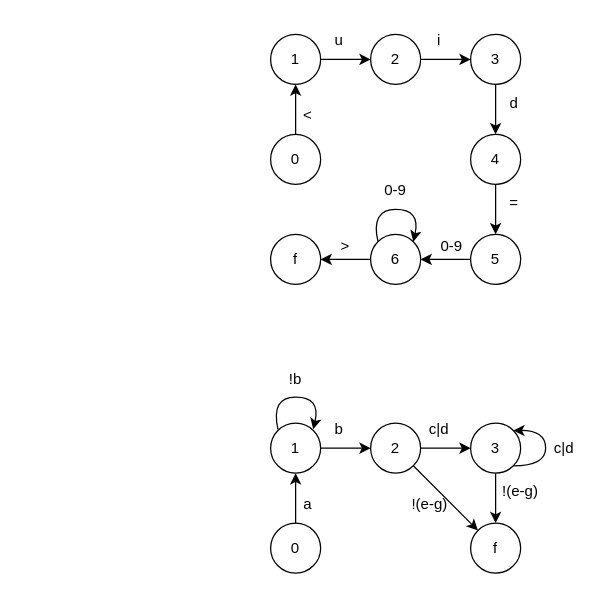
The draw.io diagram drawio/DFA.drawio in Gwins7/SmartNIC, before the edit. Source tidied: cells renumbered, new cells numbered last; positions are measured from the earlier drawing's top-left corner, leaving out a move shared by most shapes. Both pictures are drawn from the tidied source at 125%, with x=0, y=0 at pixel (270, 21).
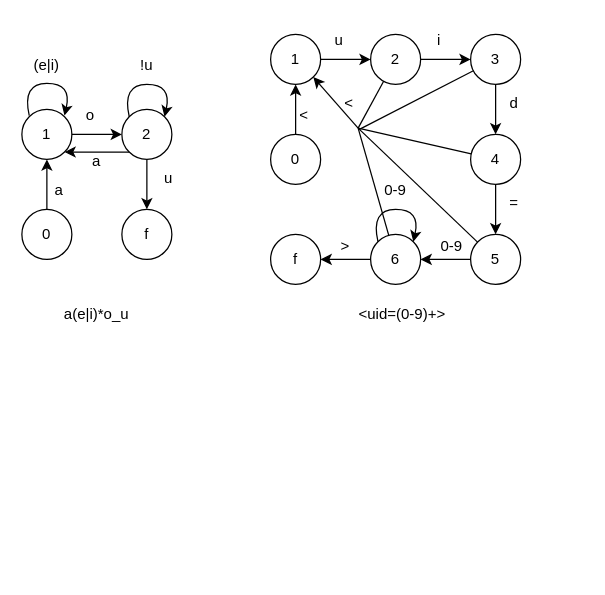
The same page after the edit.

What changed in the source:
```diff
@@
+    <mxCell id="45" style="group;" parent="1" vertex="1">
+      <mxGeometry x="-199" y="20" width="135" height="170" as="geometry" />
+    </mxCell>
+    <mxCell id="26" value="1" style="ellipse;whiteSpace=wrap;html=1;" parent="45" vertex="1">
+      <mxGeometry y="50" width="40" height="40" as="geometry" />
+    </mxCell>
+    <mxCell id="27" style="endArrow=classic;html=1;rounded=0;exitX=1;exitY=0.5;exitDx=0;exitDy=0;" parent="45" edge="1" source="26">
+      <mxGeometry relative="1" as="geometry">
+        <mxPoint x="80" y="70" as="targetPoint" />
+      </mxGeometry>
+    </mxCell>
+    <mxCell id="28" value="2" style="ellipse;whiteSpace=wrap;html=1;" parent="45" vertex="1">
+      <mxGeometry x="80" y="50" width="40" height="40" as="geometry" />
+    </mxCell>
+    <mxCell id="32" value="f" style="ellipse;whiteSpace=wrap;html=1;" parent="45" vertex="1">
+      <mxGeometry x="80" y="130" width="40" height="40" as="geometry" />
+    </mxCell>
+    <mxCell id="33" value="o" style="text;html=1;strokeColor=none;fillColor=none;align=center;verticalAlign=middle;whiteSpace=wrap;rounded=0;" parent="45" vertex="1">
+      <mxGeometry x="40" y="40" width="30" height="30" as="geometry" />
+    </mxCell>
+    <mxCell id="36" value="0" style="ellipse;whiteSpace=wrap;html=1;" parent="45" vertex="1">
+      <mxGeometry y="130" width="40" height="40" as="geometry" />
+    </mxCell>
+    <mxCell id="37" style="endArrow=classic;html=1;rounded=0;entryX=0.5;entryY=1;entryDx=0;entryDy=0;exitX=0.5;exitY=0;exitDx=0;exitDy=0;" parent="45" edge="1" source="36" target="26">
+      <mxGeometry relative="1" as="geometry" />
+    </mxCell>
+    <mxCell id="38" value="a" style="text;html=1;strokeColor=none;fillColor=none;align=center;verticalAlign=middle;whiteSpace=wrap;rounded=0;" parent="45" vertex="1">
+      <mxGeometry y="100" width="60" height="30" as="geometry" />
+    </mxCell>
+    <mxCell id="41" value="(e|i)" style="text;html=1;strokeColor=none;fillColor=none;align=center;verticalAlign=middle;whiteSpace=wrap;rounded=0;" parent="45" vertex="1">
+      <mxGeometry x="5" width="30" height="30" as="geometry" />
+    </mxCell>
+    <mxCell id="42" style="endArrow=classic;html=1;rounded=0;exitX=0.5;exitY=1;exitDx=0;exitDy=0;" parent="45" edge="1" source="28" target="32">
+      <mxGeometry relative="1" as="geometry" />
+    </mxCell>
+    <mxCell id="43" value="u" style="text;html=1;strokeColor=none;fillColor=none;align=center;verticalAlign=middle;whiteSpace=wrap;rounded=0;" parent="45" vertex="1">
+      <mxGeometry x="100" y="90" width="35" height="30" as="geometry" />
+    </mxCell>
+    <mxCell id="44" style="curved=1;endArrow=classic;html=1;rounded=0;exitX=0;exitY=0;exitDx=0;exitDy=0;entryX=1;entryY=0;entryDx=0;entryDy=0;" parent="45" edge="1">
+      <mxGeometry relative="1" as="geometry">
+        <mxPoint x="5.9" y="55" as="sourcePoint" />
+        <mxPoint x="34.1" y="55" as="targetPoint" />
+        <Array as="points">
+          <mxPoint y="29.1" />
+          <mxPoint x="40" y="29.1" />
+        </Array>
+      </mxGeometry>
+    </mxCell>
+    <mxCell id="46" style="curved=1;endArrow=classic;html=1;rounded=0;exitX=0;exitY=0;exitDx=0;exitDy=0;entryX=1;entryY=0;entryDx=0;entryDy=0;" parent="45" edge="1">
+      <mxGeometry relative="1" as="geometry">
+        <mxPoint x="85.9" y="55.9" as="sourcePoint" />
+        <mxPoint x="114.1" y="55.9" as="targetPoint" />
+        <Array as="points">
+          <mxPoint x="80" y="30" />
+          <mxPoint x="120" y="30" />
+        </Array>
+      </mxGeometry>
+    </mxCell>
+    <mxCell id="47" value="!u" style="text;html=1;strokeColor=none;fillColor=none;align=center;verticalAlign=middle;whiteSpace=wrap;rounded=0;" parent="45" vertex="1">
+      <mxGeometry x="85" width="30" height="30" as="geometry" />
+    </mxCell>
+    <mxCell id="48" style="endArrow=classic;html=1;rounded=0;exitX=0;exitY=1;exitDx=0;exitDy=0;entryX=1;entryY=1;entryDx=0;entryDy=0;" parent="45" edge="1" source="28" target="26">
+      <mxGeometry relative="1" as="geometry" />
+    </mxCell>
+    <mxCell id="49" value="a" style="text;html=1;strokeColor=none;fillColor=none;align=center;verticalAlign=middle;whiteSpace=wrap;rounded=0;" parent="45" vertex="1">
+      <mxGeometry x="45" y="77" width="30" height="30" as="geometry" />
+    </mxCell>
+    <mxCell id="50" style="group;" parent="1" vertex="1">
+      <mxGeometry width="210" height="210" as="geometry" />
+    </mxCell>
-    <mxCell id="2" value="1" style="ellipse;whiteSpace=wrap;html=1;" parent="1" vertex="1">
+    <mxCell id="2" value="1" style="ellipse;whiteSpace=wrap;html=1;" parent="50" vertex="1">
       <mxGeometry y="10" width="40" height="40" as="geometry" />
     </mxCell>
-    <mxCell id="3" style="endArrow=classic;html=1;rounded=0;exitX=1;exitY=0.5;exitDx=0;exitDy=0;" parent="1" edge="1" source="2">
+    <mxCell id="3" style="endArrow=classic;html=1;rounded=0;exitX=1;exitY=0.5;exitDx=0;exitDy=0;" parent="50" edge="1" source="2">
       <mxGeometry relative="1" as="geometry">
         <mxPoint x="80" y="30" as="targetPoint" />
       </mxGeometry>
     </mxCell>
-    <mxCell id="4" value="2" style="ellipse;whiteSpace=wrap;html=1;" parent="1" vertex="1">
+    <mxCell id="4" value="2" style="ellipse;whiteSpace=wrap;html=1;" parent="50" vertex="1">
       <mxGeometry x="80" y="10" width="40" height="40" as="geometry" />
     </mxCell>
-    <mxCell id="5" style="endArrow=classic;html=1;rounded=0;exitX=1;exitY=0.5;exitDx=0;exitDy=0;" parent="1" edge="1" source="4">
+    <mxCell id="5" style="endArrow=classic;html=1;rounded=0;exitX=1;exitY=0.5;exitDx=0;exitDy=0;" parent="50" edge="1" source="4">
       <mxGeometry relative="1" as="geometry">
         <mxPoint x="160" y="30" as="targetPoint" />
       </mxGeometry>
     </mxCell>
-    <mxCell id="6" value="3" style="ellipse;whiteSpace=wrap;html=1;" parent="1" vertex="1">
+    <mxCell id="6" value="3" style="ellipse;whiteSpace=wrap;html=1;" parent="50" vertex="1">
       <mxGeometry x="160" y="10" width="40" height="40" as="geometry" />
     </mxCell>
-    <mxCell id="7" style="endArrow=classic;html=1;rounded=0;exitX=0.5;exitY=1;exitDx=0;exitDy=0;entryX=0.5;entryY=0;entryDx=0;entryDy=0;" parent="1" edge="1" source="6" target="8">
+    <mxCell id="7" style="endArrow=classic;html=1;rounded=0;exitX=0.5;exitY=1;exitDx=0;exitDy=0;entryX=0.5;entryY=0;entryDx=0;entryDy=0;" parent="50" edge="1" source="6" target="8">
       <mxGeometry relative="1" as="geometry" />
     </mxCell>
-    <mxCell id="8" value="4" style="ellipse;whiteSpace=wrap;html=1;" parent="1" vertex="1">
+    <mxCell id="8" value="4" style="ellipse;whiteSpace=wrap;html=1;" parent="50" vertex="1">
       <mxGeometry x="160" y="90" width="40" height="40" as="geometry" />
     </mxCell>
-    <mxCell id="9" style="endArrow=classic;html=1;rounded=0;exitX=0.5;exitY=1;exitDx=0;exitDy=0;entryX=0.5;entryY=0;entryDx=0;entryDy=0;" parent="1" edge="1" source="8" target="14">
+    <mxCell id="9" style="endArrow=classic;html=1;rounded=0;exitX=0.5;exitY=1;exitDx=0;exitDy=0;entryX=0.5;entryY=0;entryDx=0;entryDy=0;" parent="50" edge="1" source="8" target="14">
       <mxGeometry relative="1" as="geometry" />
     </mxCell>
-    <mxCell id="10" value="u" style="text;html=1;strokeColor=none;fillColor=none;align=center;verticalAlign=middle;whiteSpace=wrap;rounded=0;" parent="1" vertex="1">
+    <mxCell id="10" value="u" style="text;html=1;strokeColor=none;fillColor=none;align=center;verticalAlign=middle;whiteSpace=wrap;rounded=0;" parent="50" vertex="1">
       <mxGeometry x="40" width="30" height="30" as="geometry" />
     </mxCell>
-    <mxCell id="11" value="i" style="text;html=1;strokeColor=none;fillColor=none;align=center;verticalAlign=middle;whiteSpace=wrap;rounded=0;" parent="1" vertex="1">
+    <mxCell id="11" value="i" style="text;html=1;strokeColor=none;fillColor=none;align=center;verticalAlign=middle;whiteSpace=wrap;rounded=0;" parent="50" vertex="1">
       <mxGeometry x="120" width="30" height="30" as="geometry" />
     </mxCell>
-    <mxCell id="12" value="d" style="text;html=1;strokeColor=none;fillColor=none;align=center;verticalAlign=middle;whiteSpace=wrap;rounded=0;" parent="1" vertex="1">
+    <mxCell id="12" value="d" style="text;html=1;strokeColor=none;fillColor=none;align=center;verticalAlign=middle;whiteSpace=wrap;rounded=0;" parent="50" vertex="1">
       <mxGeometry x="180" y="50" width="30" height="30" as="geometry" />
     </mxCell>
-    <mxCell id="13" value="=" style="text;html=1;strokeColor=none;fillColor=none;align=center;verticalAlign=middle;whiteSpace=wrap;rounded=0;" parent="1" vertex="1">
+    <mxCell id="13" value="=" style="text;html=1;strokeColor=none;fillColor=none;align=center;verticalAlign=middle;whiteSpace=wrap;rounded=0;" parent="50" vertex="1">
       <mxGeometry x="180" y="130" width="30" height="30" as="geometry" />
     </mxCell>
-    <mxCell id="14" value="5" style="ellipse;whiteSpace=wrap;html=1;" parent="1" vertex="1">
+    <mxCell id="14" value="5" style="ellipse;whiteSpace=wrap;html=1;" parent="50" vertex="1">
       <mxGeometry x="160" y="170" width="40" height="40" as="geometry" />
     </mxCell>
-    <mxCell id="15" style="endArrow=classic;html=1;rounded=0;entryX=1;entryY=0.5;entryDx=0;entryDy=0;" parent="1" edge="1" target="17">
+    <mxCell id="15" style="endArrow=classic;html=1;rounded=0;entryX=1;entryY=0.5;entryDx=0;entryDy=0;" parent="50" edge="1" target="17">
       <mxGeometry relative="1" as="geometry">
         <mxPoint x="160" y="190" as="sourcePoint" />
       </mxGeometry>
     </mxCell>
-    <mxCell id="16" value="0-9" style="text;html=1;strokeColor=none;fillColor=none;align=center;verticalAlign=middle;whiteSpace=wrap;rounded=0;" parent="1" vertex="1">
+    <mxCell id="16" value="0-9" style="text;html=1;strokeColor=none;fillColor=none;align=center;verticalAlign=middle;whiteSpace=wrap;rounded=0;" parent="50" vertex="1">
       <mxGeometry x="85" y="120" width="30" height="30" as="geometry" />
     </mxCell>
-    <mxCell id="17" value="6" style="ellipse;whiteSpace=wrap;html=1;" parent="1" vertex="1">
+    <mxCell id="17" value="6" style="ellipse;whiteSpace=wrap;html=1;" parent="50" vertex="1">
       <mxGeometry x="80" y="170" width="40" height="40" as="geometry" />
     </mxCell>
-    <mxCell id="18" style="curved=1;endArrow=classic;html=1;rounded=0;exitX=0;exitY=0;exitDx=0;exitDy=0;entryX=1;entryY=0;entryDx=0;entryDy=0;" parent="1" edge="1" source="17" target="17">
+    <mxCell id="18" style="curved=1;endArrow=classic;html=1;rounded=0;exitX=0;exitY=0;exitDx=0;exitDy=0;entryX=1;entryY=0;entryDx=0;entryDy=0;" parent="50" edge="1" source="17" target="17">
       <mxGeometry relative="1" as="geometry">
         <Array as="points">
           <mxPoint x="80" y="150" />
           <mxPoint x="120" y="150" />
         </Array>
       </mxGeometry>
     </mxCell>
-    <mxCell id="19" value="0-9" style="text;html=1;strokeColor=none;fillColor=none;align=center;verticalAlign=middle;whiteSpace=wrap;rounded=0;" parent="1" vertex="1">
+    <mxCell id="19" value="0-9" style="text;html=1;strokeColor=none;fillColor=none;align=center;verticalAlign=middle;whiteSpace=wrap;rounded=0;" parent="50" vertex="1">
       <mxGeometry x="130" y="165" width="30" height="30" as="geometry" />
     </mxCell>
-    <mxCell id="20" value="f" style="ellipse;whiteSpace=wrap;html=1;" parent="1" vertex="1">
+    <mxCell id="20" value="f" style="ellipse;whiteSpace=wrap;html=1;" parent="50" vertex="1">
       <mxGeometry y="170" width="40" height="40" as="geometry" />
     </mxCell>
-    <mxCell id="21" style="endArrow=classic;html=1;rounded=0;exitX=0;exitY=0.5;exitDx=0;exitDy=0;entryX=1;entryY=0.5;entryDx=0;entryDy=0;" parent="1" edge="1" source="17" target="20">
+    <mxCell id="21" style="endArrow=classic;html=1;rounded=0;exitX=0;exitY=0.5;exitDx=0;exitDy=0;entryX=1;entryY=0.5;entryDx=0;entryDy=0;" parent="50" edge="1" source="17" target="20">
       <mxGeometry relative="1" as="geometry" />
     </mxCell>
-    <mxCell id="22" value="0" style="ellipse;whiteSpace=wrap;html=1;" parent="1" vertex="1">
+    <mxCell id="22" value="0" style="ellipse;whiteSpace=wrap;html=1;" parent="50" vertex="1">
       <mxGeometry y="90" width="40" height="40" as="geometry" />
     </mxCell>
-    <mxCell id="23" style="endArrow=classic;html=1;rounded=0;entryX=0.5;entryY=1;entryDx=0;entryDy=0;exitX=0.5;exitY=0;exitDx=0;exitDy=0;" parent="1" edge="1" source="22" target="2">
+    <mxCell id="23" style="endArrow=classic;html=1;rounded=0;entryX=0.5;entryY=1;entryDx=0;entryDy=0;exitX=0.5;exitY=0;exitDx=0;exitDy=0;" parent="50" edge="1" source="22" target="2">
       <mxGeometry relative="1" as="geometry" />
     </mxCell>
-    <mxCell id="24" value="&amp;gt;" style="text;html=1;strokeColor=none;fillColor=none;align=center;verticalAlign=middle;whiteSpace=wrap;rounded=0;" parent="1" vertex="1">
+    <mxCell id="24" value="&amp;gt;" style="text;html=1;strokeColor=none;fillColor=none;align=center;verticalAlign=middle;whiteSpace=wrap;rounded=0;" parent="50" vertex="1">
       <mxGeometry x="30" y="165" width="60" height="30" as="geometry" />
     </mxCell>
-    <mxCell id="25" value="&amp;lt;" style="text;html=1;strokeColor=none;fillColor=none;align=center;verticalAlign=middle;whiteSpace=wrap;rounded=0;" parent="1" vertex="1">
-      <mxGeometry y="60" width="60" height="30" as="geometry" />
+    <mxCell id="25" value="&amp;lt;" style="text;html=1;strokeColor=none;fillColor=none;align=center;verticalAlign=middle;whiteSpace=wrap;rounded=0;" parent="50" vertex="1">
+      <mxGeometry y="60" width="54" height="30" as="geometry" />
     </mxCell>
-    <mxCell id="26" value="1" style="ellipse;whiteSpace=wrap;html=1;" parent="1" vertex="1">
-      <mxGeometry y="321" width="40" height="40" as="geometry" />
-    </mxCell>
-    <mxCell id="27" style="endArrow=classic;html=1;rounded=0;exitX=1;exitY=0.5;exitDx=0;exitDy=0;" parent="1" edge="1" source="26">
-      <mxGeometry relative="1" as="geometry">
-        <mxPoint x="80" y="341" as="targetPoint" />
-      </mxGeometry>
-    </mxCell>
-    <mxCell id="28" value="2" style="ellipse;whiteSpace=wrap;html=1;" parent="1" vertex="1">
-      <mxGeometry x="80" y="321" width="40" height="40" as="geometry" />
-    </mxCell>
-    <mxCell id="29" style="endArrow=classic;html=1;rounded=0;exitX=1;exitY=0.5;exitDx=0;exitDy=0;" parent="1" edge="1" source="28">
-      <mxGeometry relative="1" as="geometry">
-        <mxPoint x="160" y="341" as="targetPoint" />
-      </mxGeometry>
-    </mxCell>
-    <mxCell id="30" value="3" style="ellipse;whiteSpace=wrap;html=1;" parent="1" vertex="1">
-      <mxGeometry x="160" y="321" width="40" height="40" as="geometry" />
-    </mxCell>
-    <mxCell id="31" style="endArrow=classic;html=1;rounded=0;exitX=0.5;exitY=1;exitDx=0;exitDy=0;entryX=0.5;entryY=0;entryDx=0;entryDy=0;" parent="1" edge="1" source="30" target="32">
-      <mxGeometry relative="1" as="geometry" />
-    </mxCell>
-    <mxCell id="32" value="f" style="ellipse;whiteSpace=wrap;html=1;" parent="1" vertex="1">
-      <mxGeometry x="160" y="401" width="40" height="40" as="geometry" />
-    </mxCell>
-    <mxCell id="33" value="b" style="text;html=1;strokeColor=none;fillColor=none;align=center;verticalAlign=middle;whiteSpace=wrap;rounded=0;" parent="1" vertex="1">
-      <mxGeometry x="40" y="311" width="30" height="30" as="geometry" />
-    </mxCell>
-    <mxCell id="34" value="c|d" style="text;html=1;strokeColor=none;fillColor=none;align=center;verticalAlign=middle;whiteSpace=wrap;rounded=0;" parent="1" vertex="1">
-      <mxGeometry x="120" y="311" width="30" height="30" as="geometry" />
-    </mxCell>
-    <mxCell id="35" value="!(e-g)" style="text;html=1;strokeColor=none;fillColor=none;align=center;verticalAlign=middle;whiteSpace=wrap;rounded=0;" parent="1" vertex="1">
-      <mxGeometry x="180" y="361" width="40" height="30" as="geometry" />
-    </mxCell>
-    <mxCell id="36" value="0" style="ellipse;whiteSpace=wrap;html=1;" parent="1" vertex="1">
-      <mxGeometry y="401" width="40" height="40" as="geometry" />
-    </mxCell>
-    <mxCell id="37" style="endArrow=classic;html=1;rounded=0;entryX=0.5;entryY=1;entryDx=0;entryDy=0;exitX=0.5;exitY=0;exitDx=0;exitDy=0;" parent="1" edge="1" source="36" target="26">
-      <mxGeometry relative="1" as="geometry" />
-    </mxCell>
-    <mxCell id="38" value="a" style="text;html=1;strokeColor=none;fillColor=none;align=center;verticalAlign=middle;whiteSpace=wrap;rounded=0;" parent="1" vertex="1">
-      <mxGeometry y="371" width="60" height="30" as="geometry" />
-    </mxCell>
-    <mxCell id="39" style="curved=1;endArrow=classic;html=1;rounded=0;exitX=1;exitY=1;exitDx=0;exitDy=0;entryX=1;entryY=0;entryDx=0;entryDy=0;" parent="1" edge="1" source="30" target="30">
-      <mxGeometry relative="1" as="geometry">
-        <Array as="points">
-          <mxPoint x="220" y="355" />
-          <mxPoint x="220" y="327" />
-        </Array>
-      </mxGeometry>
-    </mxCell>
-    <mxCell id="40" value="c|d" style="text;html=1;strokeColor=none;fillColor=none;align=center;verticalAlign=middle;whiteSpace=wrap;rounded=0;" parent="1" vertex="1">
-      <mxGeometry x="220" y="326" width="30" height="30" as="geometry" />
-    </mxCell>
-    <mxCell id="41" value="!b" style="text;html=1;strokeColor=none;fillColor=none;align=center;verticalAlign=middle;whiteSpace=wrap;rounded=0;" parent="1" vertex="1">
-      <mxGeometry x="5" y="271" width="30" height="30" as="geometry" />
-    </mxCell>
-    <mxCell id="42" style="endArrow=classic;html=1;rounded=0;exitX=1;exitY=1;exitDx=0;exitDy=0;" parent="1" edge="1" source="28" target="32">
-      <mxGeometry relative="1" as="geometry" />
-    </mxCell>
-    <mxCell id="43" value="!(e-g)" style="text;html=1;strokeColor=none;fillColor=none;align=center;verticalAlign=middle;whiteSpace=wrap;rounded=0;" parent="1" vertex="1">
-      <mxGeometry x="110" y="371" width="35" height="30" as="geometry" />
-    </mxCell>
-    <mxCell id="44" style="curved=1;endArrow=classic;html=1;rounded=0;exitX=0;exitY=0;exitDx=0;exitDy=0;entryX=1;entryY=0;entryDx=0;entryDy=0;" parent="1" edge="1">
-      <mxGeometry relative="1" as="geometry">
-        <mxPoint x="5.9" y="326" as="sourcePoint" />
-        <mxPoint x="34.1" y="326" as="targetPoint" />
-        <Array as="points">
-          <mxPoint y="300.1" />
-          <mxPoint x="40" y="300.1" />
-        </Array>
-      </mxGeometry>
-    </mxCell>
+    <mxCell id="51" style="endArrow=classic;html=1;rounded=0;fontSize=6;entryX=1;entryY=1;entryDx=0;entryDy=0;" parent="50" edge="1" target="2">
+      <mxGeometry relative="1" as="geometry">
+        <mxPoint x="70" y="85" as="sourcePoint" />
+      </mxGeometry>
+    </mxCell>
+    <mxCell id="52" style="endArrow=none;html=1;rounded=0;fontSize=6;" parent="50" edge="1" source="17">
+      <mxGeometry relative="1" as="geometry">
+        <mxPoint x="70" y="85" as="targetPoint" />
+      </mxGeometry>
+    </mxCell>
+    <mxCell id="53" value="&amp;lt;" style="text;html=1;strokeColor=none;fillColor=none;align=center;verticalAlign=middle;whiteSpace=wrap;rounded=0;" parent="50" vertex="1">
+      <mxGeometry x="36" y="50" width="54" height="30" as="geometry" />
+    </mxCell>
+    <mxCell id="54" value="a(e|i)*o_u" style="text;html=1;strokeColor=none;fillColor=none;align=center;verticalAlign=middle;whiteSpace=wrap;rounded=0;" parent="1" vertex="1">
+      <mxGeometry x="-169" y="219" width="60" height="30" as="geometry" />
+    </mxCell>
+    <mxCell id="55" value="&amp;lt;uid=(0-9)+&amp;gt;" style="text;html=1;strokeColor=none;fillColor=none;align=center;verticalAlign=middle;whiteSpace=wrap;rounded=0;" parent="1" vertex="1">
+      <mxGeometry x="65.5" y="219" width="79" height="30" as="geometry" />
+    </mxCell>
+    <mxCell id="56" style="endArrow=none;html=1;rounded=0;fontSize=6;" parent="1" edge="1" source="14">
+      <mxGeometry relative="1" as="geometry">
+        <mxPoint x="70" y="85" as="targetPoint" />
+      </mxGeometry>
+    </mxCell>
+    <mxCell id="57" style="endArrow=none;html=1;rounded=0;fontSize=6;" parent="1" edge="1" source="8">
+      <mxGeometry relative="1" as="geometry">
+        <mxPoint x="70" y="85" as="targetPoint" />
+      </mxGeometry>
+    </mxCell>
+    <mxCell id="58" style="endArrow=none;html=1;rounded=0;fontSize=6;" parent="1" edge="1" source="6">
+      <mxGeometry relative="1" as="geometry">
+        <mxPoint x="71" y="86" as="targetPoint" />
+      </mxGeometry>
+    </mxCell>
+    <mxCell id="59" style="endArrow=none;html=1;rounded=0;fontSize=6;" parent="1" edge="1" source="4">
+      <mxGeometry relative="1" as="geometry">
+        <mxPoint x="70" y="85" as="targetPoint" />
+      </mxGeometry>
+    </mxCell>
```
